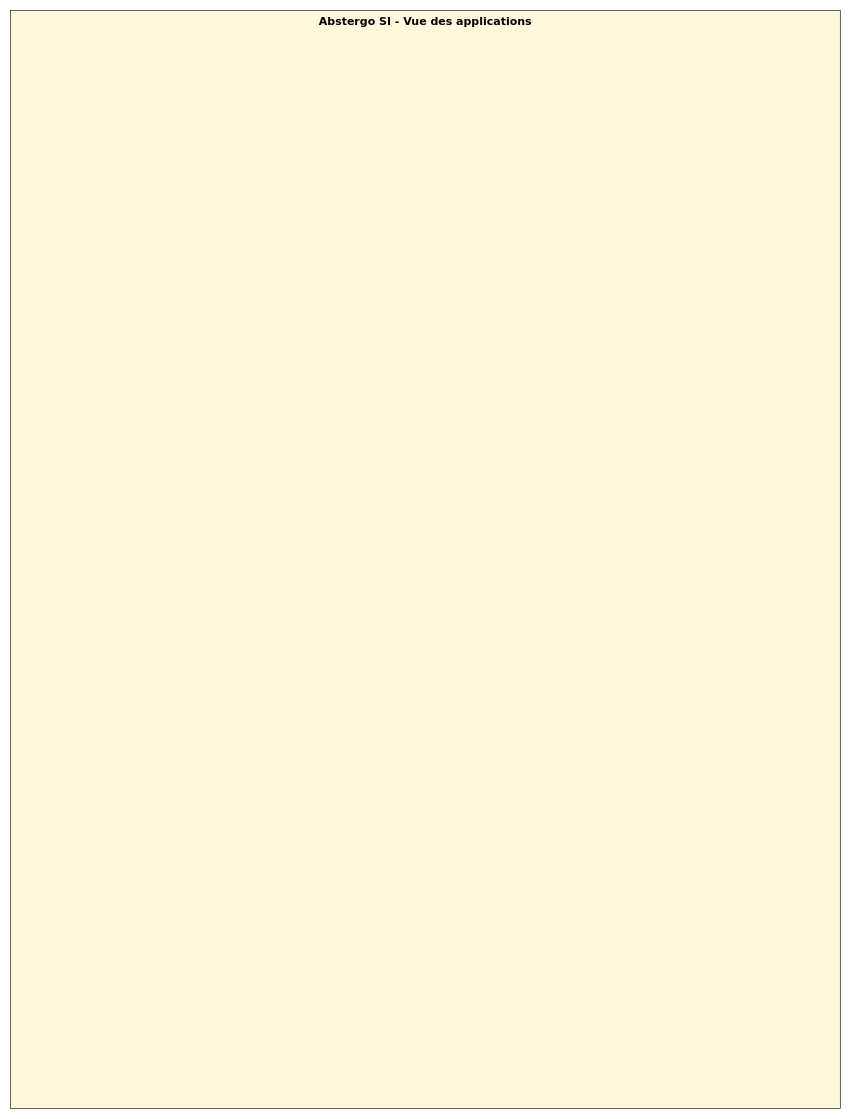
Earlier version of the draw.io diagram Vue applicative.drawio (CharifMah/AbstergoAnimus). Source tidied: cells renumbered, new cells numbered last; positions are measured from the earlier drawing's top-left corner, leaving out a move shared by most shapes. Both pictures are drawn from the tidied source at 61%, with x=0, y=0 at pixel (10, 10).
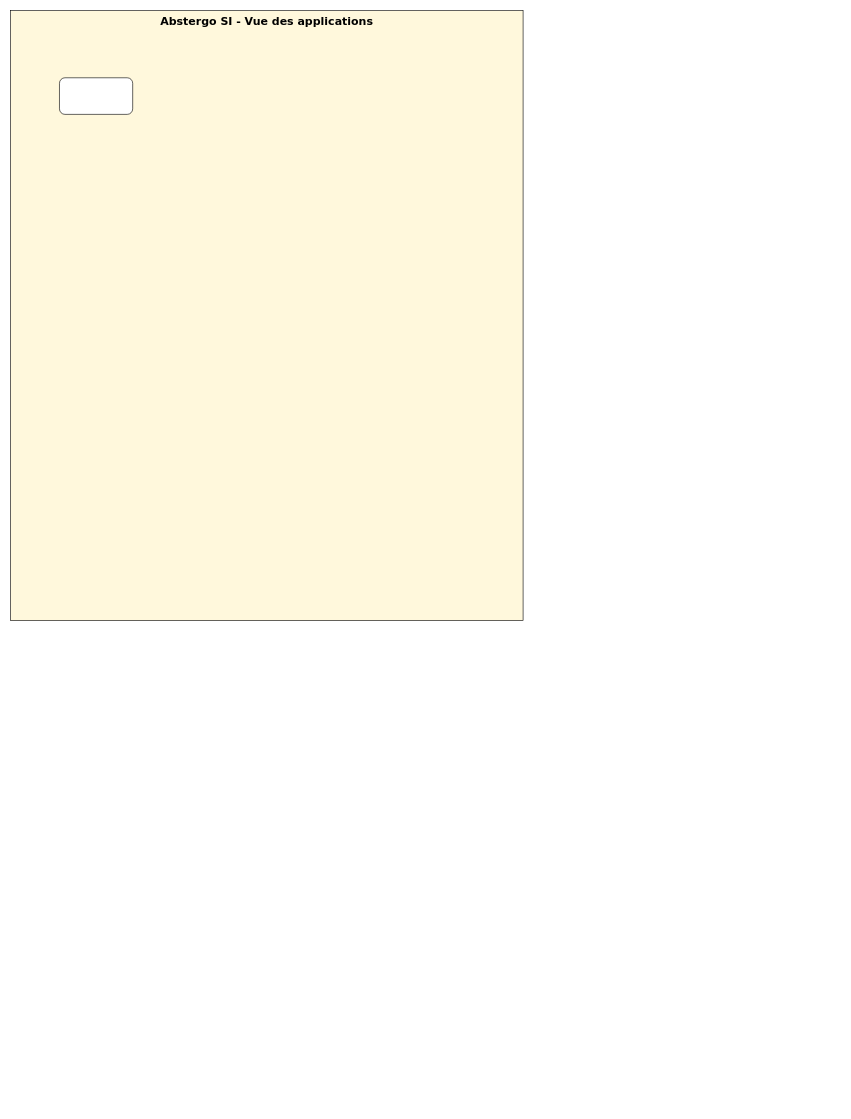
After the change.

Commit message (it also covers changes not shown here):
Mettre à jour Vue applicative.drawio

The edit, as a diff of the source:
```diff
@@
 <mxGraphModel>
   <root>
     <mxCell id="0" />
     <mxCell id="1" parent="0" />
     <mxCell id="2" value="&lt;font style=&quot;font-size: 18px;&quot; face=&quot;Verdana&quot;&gt;&lt;b&gt;Abstergo SI - Vue des applications&lt;/b&gt;&lt;/font&gt;" style="rounded=0;whiteSpace=wrap;html=1;fillColor=#FFF8DC;horizontal=1;verticalAlign=top;" parent="1" vertex="1">
-      <mxGeometry width="1360" height="1800" as="geometry" />
+      <mxGeometry width="840" height="1000" as="geometry" />
     </mxCell>
+    <mxCell id="3" style="rounded=1;whiteSpace=wrap;html=1;" parent="1" vertex="1">
+      <mxGeometry x="80" y="110" width="120" height="60" as="geometry" />
+    </mxCell>
   </root>
 </mxGraphModel>
```
